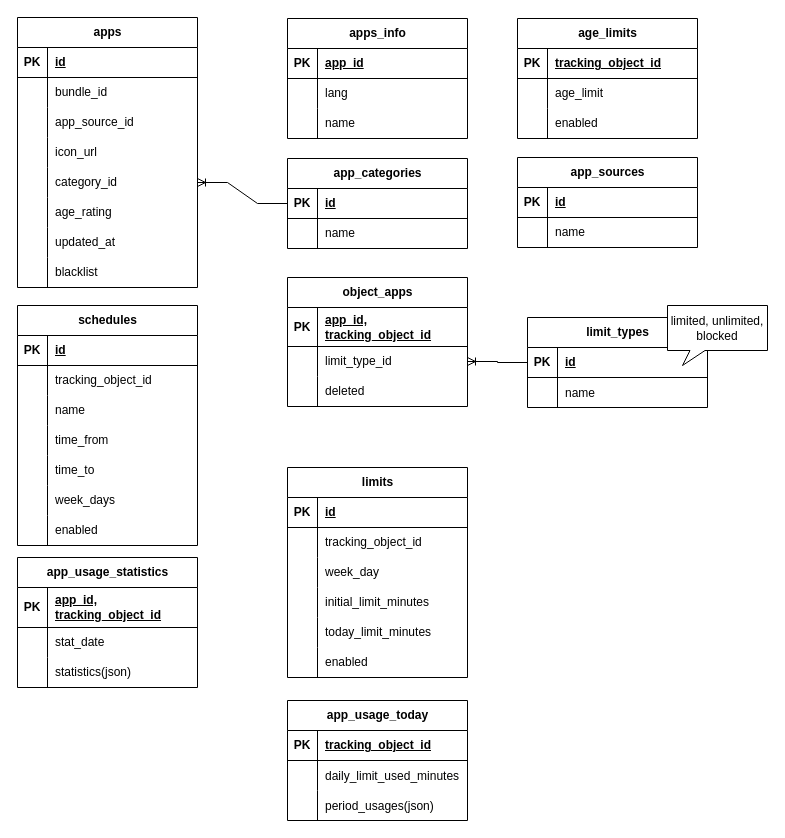
This is Диаграмма без названия.drawio from satmurat/transfer, a draw.io file, before an edit. Source tidied: cells renumbered, new cells numbered last; positions are measured from the earlier drawing's top-left corner, leaving out a move shared by most shapes. Both pictures are drawn from the tidied source at 100%, with x=0, y=0 at pixel (17, 17).
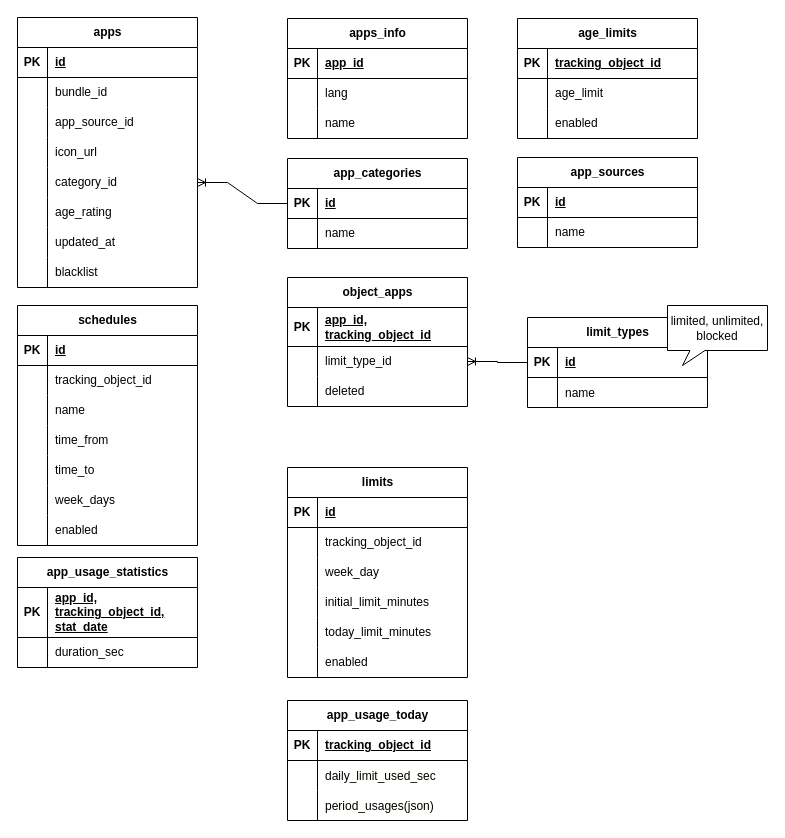
The same diagram, later.

The change refers to these unchanged cells:
```xml
<mxCell id="98" style="shape=tableRow;horizontal=0;startSize=0;swimlaneHead=0;swimlaneBody=0;fillColor=none;top=0;left=0;right=0;bottom=0;" parent="94" vertex="1">
  <mxGeometry y="60" width="180" height="30" as="geometry" />
</mxCell>
```

What changed in the source:
```diff
@@
-    <mxCell id="100" value="&lt;div style=&quot;background-color: rgb(255, 255, 254); line-height: 18px;&quot;&gt;daily_limit_used_minutes&lt;/div&gt;" style="shape=partialRectangle;fillColor=none;top=0;left=0;bottom=0;right=0;align=left;spacingLeft=6;overflow=hidden;whiteSpace=wrap;html=1;" parent="98" vertex="1">
+    <mxCell id="100" value="&lt;div style=&quot;background-color: rgb(255, 255, 254); line-height: 18px;&quot;&gt;daily_limit_used_sec&lt;/div&gt;" style="shape=partialRectangle;fillColor=none;top=0;left=0;bottom=0;right=0;align=left;spacingLeft=6;overflow=hidden;whiteSpace=wrap;html=1;" parent="98" vertex="1">
       <mxGeometry x="30" width="150" height="30" as="geometry" />
     </mxCell>
@@
     <mxCell id="134" value="app_usage_statistics" style="shape=table;startSize=30;childLayout=tableLayout;rowLines=0;fontStyle=1;align=center;html=1;" parent="1" vertex="1">
-      <mxGeometry y="540" width="180" height="130" as="geometry" />
+      <mxGeometry y="540" width="180" height="110" as="geometry" />
     </mxCell>
     <mxCell id="135" style="shape=tableRow;horizontal=0;startSize=0;swimlaneHead=0;swimlaneBody=0;fillColor=none;top=0;left=0;right=0;bottom=1;" parent="134" vertex="1">
-      <mxGeometry y="30" width="180" height="40" as="geometry" />
+      <mxGeometry y="30" width="180" height="50" as="geometry" />
     </mxCell>
     <mxCell id="136" value="PK" style="shape=partialRectangle;fillColor=none;top=0;left=0;bottom=0;right=0;fontStyle=1;overflow=hidden;whiteSpace=wrap;html=1;" parent="135" vertex="1">
-      <mxGeometry width="30" height="40" as="geometry" />
+      <mxGeometry width="30" height="50" as="geometry" />
     </mxCell>
-    <mxCell id="137" value="app_id, tracking_object_id" style="shape=partialRectangle;fillColor=none;top=0;left=0;bottom=0;right=0;align=left;spacingLeft=6;fontStyle=5;overflow=hidden;whiteSpace=wrap;html=1;" parent="135" vertex="1">
-      <mxGeometry x="30" width="150" height="40" as="geometry" />
+    <mxCell id="137" value="app_id, tracking_object_id, stat_date" style="shape=partialRectangle;fillColor=none;top=0;left=0;bottom=0;right=0;align=left;spacingLeft=6;fontStyle=5;overflow=hidden;whiteSpace=wrap;html=1;" parent="135" vertex="1">
+      <mxGeometry x="30" width="150" height="50" as="geometry" />
     </mxCell>
-    <mxCell id="138" style="shape=tableRow;horizontal=0;startSize=0;swimlaneHead=0;swimlaneBody=0;fillColor=none;top=0;left=0;right=0;bottom=0;" parent="134" vertex="1">
-      <mxGeometry y="70" width="180" height="30" as="geometry" />
-    </mxCell>
-    <mxCell id="139" style="shape=partialRectangle;fillColor=none;top=0;left=0;bottom=0;right=0;overflow=hidden;whiteSpace=wrap;html=1;" parent="138" vertex="1">
-      <mxGeometry width="30" height="30" as="geometry" />
-    </mxCell>
-    <mxCell id="140" value="stat_date" style="shape=partialRectangle;fillColor=none;top=0;left=0;bottom=0;right=0;align=left;spacingLeft=6;overflow=hidden;whiteSpace=wrap;html=1;" parent="138" vertex="1">
-      <mxGeometry x="30" width="150" height="30" as="geometry" />
-    </mxCell>
     <mxCell id="141" style="shape=tableRow;horizontal=0;startSize=0;swimlaneHead=0;swimlaneBody=0;fillColor=none;top=0;left=0;right=0;bottom=0;" parent="134" vertex="1">
-      <mxGeometry y="100" width="180" height="30" as="geometry" />
+      <mxGeometry y="80" width="180" height="30" as="geometry" />
     </mxCell>
@@
-    <mxCell id="143" value="statistics(json)" style="shape=partialRectangle;fillColor=none;top=0;left=0;bottom=0;right=0;align=left;spacingLeft=6;overflow=hidden;whiteSpace=wrap;html=1;" parent="141" vertex="1">
+    <mxCell id="143" value="duration_sec" style="shape=partialRectangle;fillColor=none;top=0;left=0;bottom=0;right=0;align=left;spacingLeft=6;overflow=hidden;whiteSpace=wrap;html=1;" parent="141" vertex="1">
       <mxGeometry x="30" width="150" height="30" as="geometry" />
     </mxCell>
```
